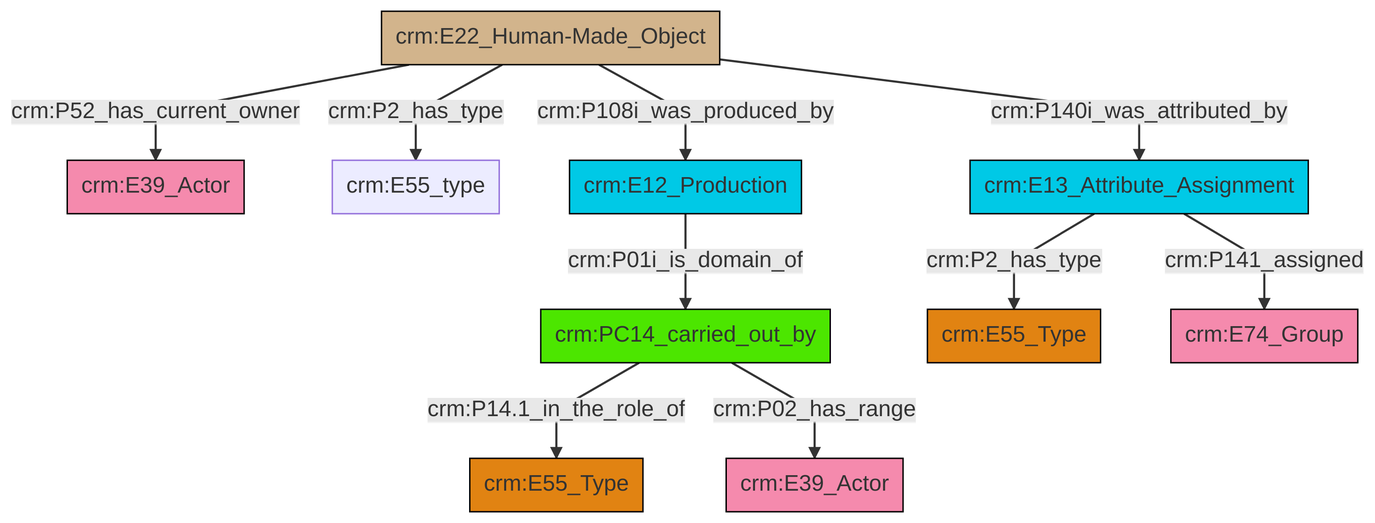
swiss-art-research-net/reference-data-models keeps this Mermaid diagram as et/builtWorkCSV/ttl/mmd/png/Built_Work_actor_relations.png. Above is the earlier version. Its source is kept beside it as et/builtWorkCSV/ttl/mmd/Built_Work_actor_relations.ttl.mmd.
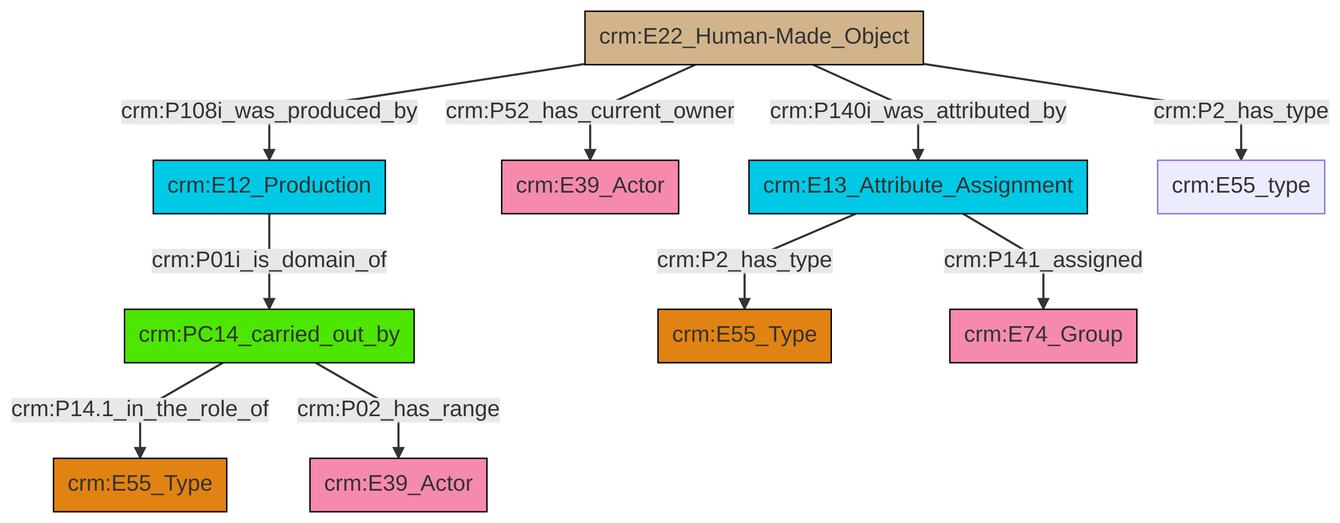
The same diagram one commit later.

Change to the diagram source:
```diff
@@ -13,12 +13,12 @@
 classDef PC_Classes fill:#4ce600, stroke:#000000;
 classDef Multi fill:#cccccc,stroke:#000000;
 
-4["crm:E12_Production"]:::Temporal_Entity -->|crm:P01i_is_domain_of| 5["crm:PC14_carried_out_by"]:::PC_Classes
-5["crm:PC14_carried_out_by"]:::PC_Classes -->|crm:P14.1_in_the_role_of| 10["crm:E55_Type"]:::Type
-13["crm:E22_Human-Made_Object"]:::Physical_Thing -->|crm:P140i_was_attributed_by| 14["crm:E13_Attribute_Assignment"]:::Temporal_Entity
-13["crm:E22_Human-Made_Object"]:::Physical_Thing -->|crm:P52_has_current_owner| 0["crm:E39_Actor"]:::Actor
-13["crm:E22_Human-Made_Object"]:::Physical_Thing -->|crm:P2_has_type| 2["crm:E55_type"]:::Default
-13["crm:E22_Human-Made_Object"]:::Physical_Thing -->|crm:P108i_was_produced_by| 4["crm:E12_Production"]:::Temporal_Entity
-14["crm:E13_Attribute_Assignment"]:::Temporal_Entity -->|crm:P141_assigned| 15["crm:E74_Group"]:::Actor
-5["crm:PC14_carried_out_by"]:::PC_Classes -->|crm:P02_has_range| 8["crm:E39_Actor"]:::Actor
-14["crm:E13_Attribute_Assignment"]:::Temporal_Entity -->|crm:P2_has_type| 6["crm:E55_Type"]:::Type
+2["crm:E22_Human-Made_Object"]:::Physical_Thing -->|crm:P108i_was_produced_by| 3["crm:E12_Production"]:::Temporal_Entity
+2["crm:E22_Human-Made_Object"]:::Physical_Thing -->|crm:P52_has_current_owner| 5["crm:E39_Actor"]:::Actor
+6["crm:E13_Attribute_Assignment"]:::Temporal_Entity -->|crm:P2_has_type| 0["crm:E55_Type"]:::Type
+3["crm:E12_Production"]:::Temporal_Entity -->|crm:P01i_is_domain_of| 11["crm:PC14_carried_out_by"]:::PC_Classes
+11["crm:PC14_carried_out_by"]:::PC_Classes -->|crm:P14.1_in_the_role_of| 12["crm:E55_Type"]:::Type
+2["crm:E22_Human-Made_Object"]:::Physical_Thing -->|crm:P140i_was_attributed_by| 6["crm:E13_Attribute_Assignment"]:::Temporal_Entity
+11["crm:PC14_carried_out_by"]:::PC_Classes -->|crm:P02_has_range| 14["crm:E39_Actor"]:::Actor
+2["crm:E22_Human-Made_Object"]:::Physical_Thing -->|crm:P2_has_type| 7["crm:E55_type"]:::Default
+6["crm:E13_Attribute_Assignment"]:::Temporal_Entity -->|crm:P141_assigned| 18["crm:E74_Group"]:::Actor
```
